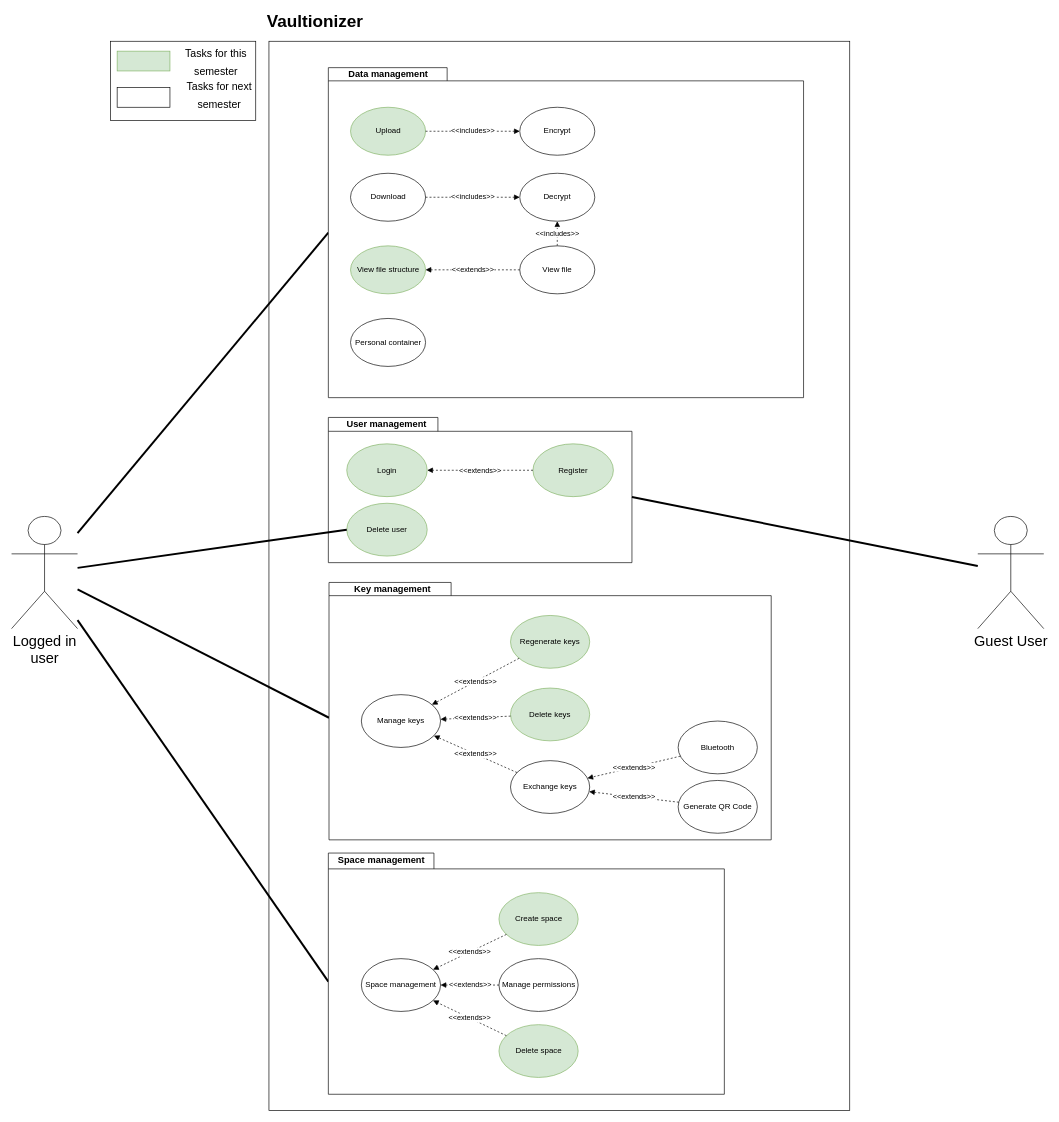
The draw.io diagram img/use_cases/overall_use_case.drawio in Vaultionizer/vault-docs, before the edit. Source tidied: cells renumbered, new cells numbered last; positions are measured from the earlier drawing's top-left corner, leaving out a move shared by most shapes. Both pictures are drawn from the tidied source at 66%, with x=0, y=0 at pixel (11, 15).
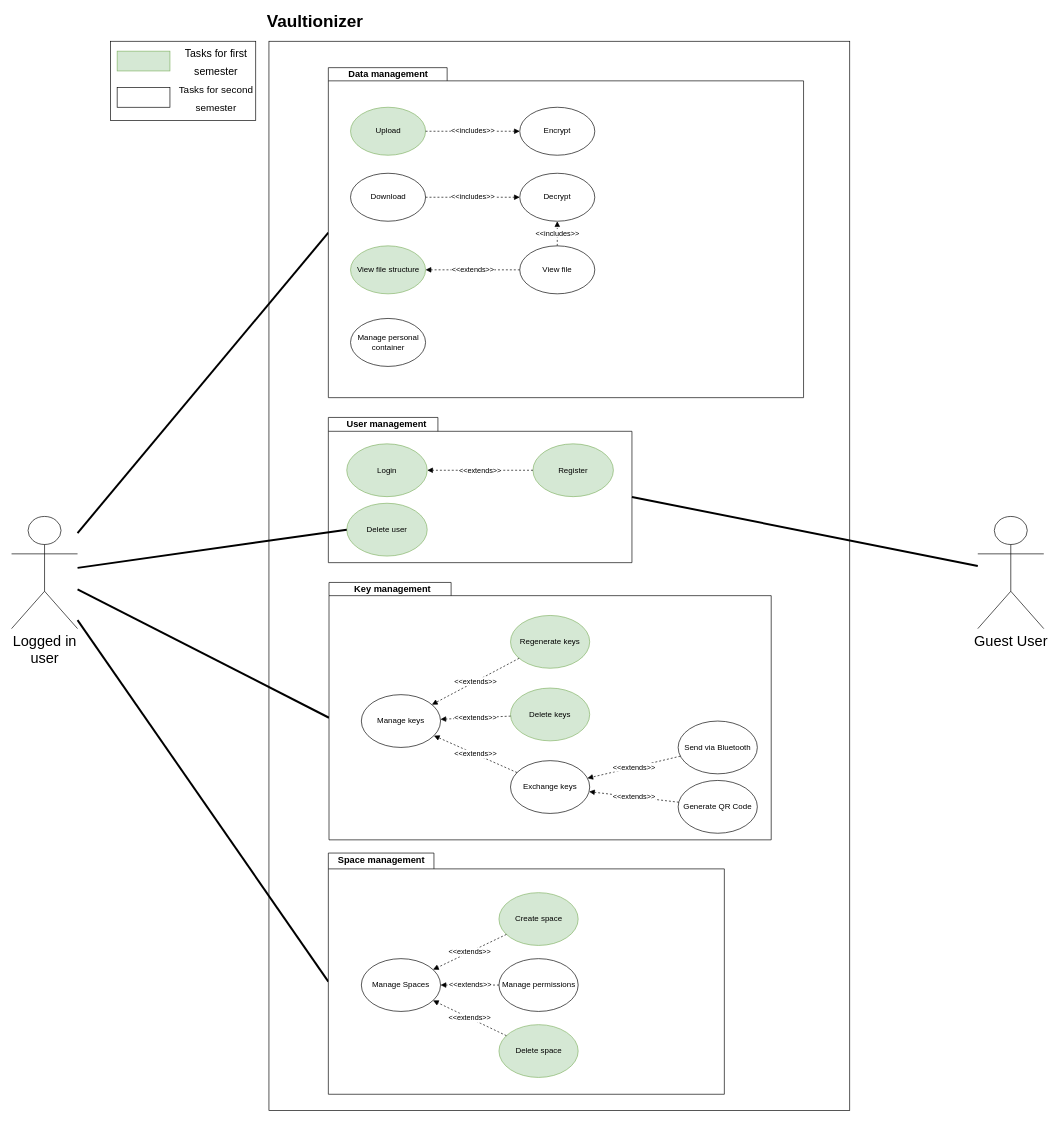
After the change.

Commit message:
Fix use case names.

The change refers to these unchanged cells:
```xml
<mxCell id="9" style="group;" parent="7" vertex="1">
  <mxGeometry x="10" y="-10" width="600" height="365.5" as="geometry" />
</mxCell>
<mxCell id="20" style="group;" parent="1" vertex="1">
  <mxGeometry x="481" y="860" width="670" height="390" as="geometry" />
</mxCell>
<mxCell id="41" style="group;" parent="1" vertex="1">
  <mxGeometry x="480" y="80" width="720" height="500" as="geometry" />
</mxCell>
```

What changed in the source:
```diff
@@
-    <mxCell id="11" value="Space management" style="ellipse;whiteSpace=wrap;html=1;" parent="9" vertex="1">
+    <mxCell id="11" value="Manage Spaces" style="ellipse;whiteSpace=wrap;html=1;" parent="9" vertex="1">
       <mxGeometry x="50" y="160" width="120" height="80" as="geometry" />
     </mxCell>
@@
-    <mxCell id="28" value="Bluetooth" style="ellipse;whiteSpace=wrap;html=1;" parent="20" vertex="1">
+    <mxCell id="28" value="Send via Bluetooth" style="ellipse;whiteSpace=wrap;html=1;" parent="20" vertex="1">
       <mxGeometry x="529" y="210" width="120" height="80" as="geometry" />
     </mxCell>
@@
-    <mxCell id="48" value="Personal container" style="ellipse;whiteSpace=wrap;html=1;" parent="41" vertex="1">
+    <mxCell id="48" value="Manage personal container" style="ellipse;whiteSpace=wrap;html=1;" parent="41" vertex="1">
       <mxGeometry x="33.6" y="380" width="113.7" height="72.7" as="geometry" />
     </mxCell>
@@
     <mxCell id="59" style="group;" parent="1" vertex="1">
-      <mxGeometry x="150" y="40" width="220" height="120" as="geometry" />
+      <mxGeometry x="150" y="40" width="240" height="120" as="geometry" />
     </mxCell>
@@
-    <mxCell id="62" value="&lt;font style=&quot;font-size: 16px&quot;&gt;Tasks for this semester&lt;br&gt;&lt;/font&gt;" style="text;html=1;strokeColor=none;fillColor=none;align=center;verticalAlign=middle;whiteSpace=wrap;rounded=0;fontSize=22;" parent="59" vertex="1">
+    <mxCell id="62" value="&lt;font style=&quot;font-size: 16px&quot;&gt;Tasks for first semester&lt;br&gt;&lt;/font&gt;" style="text;html=1;strokeColor=none;fillColor=none;align=center;verticalAlign=middle;whiteSpace=wrap;rounded=0;fontSize=22;" parent="59" vertex="1">
       <mxGeometry x="110" y="20" width="100" height="20" as="geometry" />
     </mxCell>
@@
-    <mxCell id="64" value="&lt;font style=&quot;font-size: 16px&quot;&gt;Tasks for next semester&lt;br&gt;&lt;/font&gt;" style="text;html=1;strokeColor=none;fillColor=none;align=center;verticalAlign=middle;whiteSpace=wrap;rounded=0;fontSize=22;" parent="59" vertex="1">
-      <mxGeometry x="110" y="70" width="110" height="20" as="geometry" />
+    <mxCell id="64" value="&lt;font style=&quot;font-size: 15px&quot;&gt;&lt;font style=&quot;font-size: 15px&quot;&gt;Tasks for second semester&lt;/font&gt;&lt;br&gt;&lt;/font&gt;" style="text;html=1;strokeColor=none;fillColor=none;align=center;verticalAlign=middle;whiteSpace=wrap;rounded=0;fontSize=22;" parent="59" vertex="1">
+      <mxGeometry x="95" y="75" width="130" height="20" as="geometry" />
     </mxCell>
```
